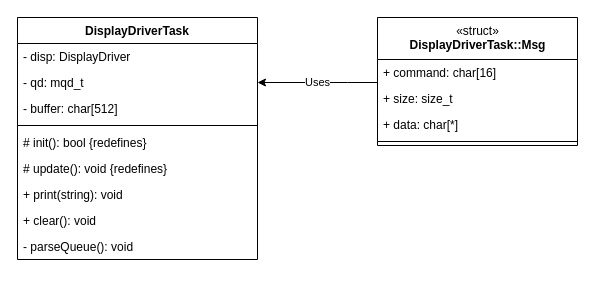
Earlier version of the draw.io diagram diagrams/display-driver-task.drawio (LasseGoransson/ESD-E2020). Source tidied: cells renumbered, new cells numbered last; positions are measured from the earlier drawing's top-left corner, leaving out a move shared by most shapes. Both pictures are drawn from the tidied source at 100%, with x=0, y=0 at pixel (17, 17).
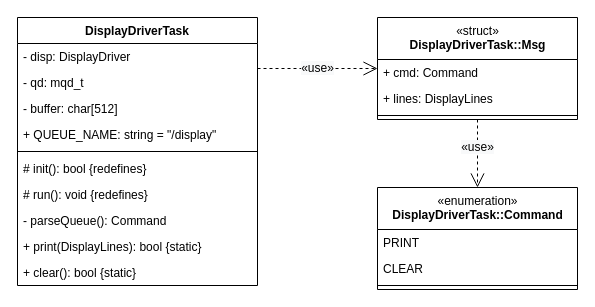
Above is the later version.

The change refers to these unchanged cells:
```xml
<mxCell id="4" value="- qd: mqd_t" style="text;strokeColor=none;fillColor=none;align=left;verticalAlign=top;spacingLeft=4;spacingRight=4;overflow=hidden;points=[[0,0.5],[1,0.5]];portConstraint=eastwest;" parent="2" vertex="1">
  <mxGeometry y="52" width="240" height="26" as="geometry" />
</mxCell>
```

Diff of the diagram source:
```diff
@@
     <mxCell id="2" value="DisplayDriverTask" style="swimlane;fontStyle=1;align=center;verticalAlign=top;horizontal=1;startSize=26;" parent="1" vertex="1">
-      <mxGeometry width="240" height="242" as="geometry" />
+      <mxGeometry width="240" height="268" as="geometry" />
     </mxCell>
@@
+    <mxCell id="18" value="+ QUEUE_NAME: string = &quot;/display&quot;" style="text;strokeColor=none;fillColor=none;align=left;verticalAlign=top;spacingLeft=4;spacingRight=4;overflow=hidden;" parent="2" vertex="1">
+      <mxGeometry y="104" width="240" height="26" as="geometry" />
+    </mxCell>
     <mxCell id="6" style="line;strokeWidth=1;fillColor=none;align=left;verticalAlign=middle;spacingTop=-1;spacingLeft=3;spacingRight=3;labelPosition=right;" parent="2" vertex="1">
-      <mxGeometry y="104" width="240" height="8" as="geometry" />
+      <mxGeometry y="130" width="240" height="8" as="geometry" />
     </mxCell>
     <mxCell id="7" value="# init(): bool {redefines}" style="text;strokeColor=none;fillColor=none;align=left;verticalAlign=top;spacingLeft=4;spacingRight=4;overflow=hidden;" parent="2" vertex="1">
-      <mxGeometry y="112" width="240" height="26" as="geometry" />
+      <mxGeometry y="138" width="240" height="26" as="geometry" />
     </mxCell>
-    <mxCell id="8" value="# update(): void {redefines}" style="text;strokeColor=none;fillColor=none;align=left;verticalAlign=top;spacingLeft=4;spacingRight=4;overflow=hidden;" parent="2" vertex="1">
-      <mxGeometry y="138" width="240" height="26" as="geometry" />
+    <mxCell id="8" value="# run(): void {redefines}" style="text;strokeColor=none;fillColor=none;align=left;verticalAlign=top;spacingLeft=4;spacingRight=4;overflow=hidden;" parent="2" vertex="1">
+      <mxGeometry y="164" width="240" height="26" as="geometry" />
     </mxCell>
+    <mxCell id="11" value="- parseQueue(): Command" style="text;strokeColor=none;fillColor=none;align=left;verticalAlign=top;spacingLeft=4;spacingRight=4;overflow=hidden;" parent="2" vertex="1">
+      <mxGeometry y="190" width="240" height="26" as="geometry" />
+    </mxCell>
-    <mxCell id="9" value="+ print(string): void" style="text;strokeColor=none;fillColor=none;align=left;verticalAlign=top;spacingLeft=4;spacingRight=4;overflow=hidden;" parent="2" vertex="1">
-      <mxGeometry y="164" width="240" height="26" as="geometry" />
+    <mxCell id="9" value="+ print(DisplayLines): bool {static}" style="text;strokeColor=none;fillColor=none;align=left;verticalAlign=top;spacingLeft=4;spacingRight=4;overflow=hidden;" parent="2" vertex="1">
+      <mxGeometry y="216" width="240" height="26" as="geometry" />
     </mxCell>
-    <mxCell id="10" value="+ clear(): void" style="text;strokeColor=none;fillColor=none;align=left;verticalAlign=top;spacingLeft=4;spacingRight=4;overflow=hidden;" parent="2" vertex="1">
-      <mxGeometry y="190" width="240" height="26" as="geometry" />
+    <mxCell id="10" value="+ clear(): bool {static}" style="text;strokeColor=none;fillColor=none;align=left;verticalAlign=top;spacingLeft=4;spacingRight=4;overflow=hidden;" parent="2" vertex="1">
+      <mxGeometry y="242" width="240" height="26" as="geometry" />
     </mxCell>
-    <mxCell id="11" value="- parseQueue(): void" style="text;strokeColor=none;fillColor=none;align=left;verticalAlign=top;spacingLeft=4;spacingRight=4;overflow=hidden;" parent="2" vertex="1">
-      <mxGeometry y="216" width="240" height="26" as="geometry" />
-    </mxCell>
-    <mxCell id="12" value="Uses" style="edgeStyle=orthogonalEdgeStyle;rounded=0;jettySize=auto;html=1;" parent="1" edge="1" source="13" target="4">
-      <mxGeometry relative="1" as="geometry">
-        <Array as="points">
-          <mxPoint x="330" y="65" />
-          <mxPoint x="330" y="65" />
-        </Array>
-      </mxGeometry>
-    </mxCell>
     <mxCell id="13" value="&lt;span style=&quot;font-weight: normal&quot;&gt;«struct»&lt;br&gt;&lt;/span&gt;DisplayDriverTask::Msg" style="swimlane;fontStyle=1;align=center;verticalAlign=top;horizontal=1;startSize=42;html=1;" parent="1" vertex="1">
-      <mxGeometry x="360" width="200" height="128" as="geometry" />
+      <mxGeometry x="360" width="200" height="102" as="geometry" />
     </mxCell>
-    <mxCell id="14" value="+ command: char[16]" style="text;strokeColor=none;fillColor=none;align=left;verticalAlign=top;spacingLeft=4;spacingRight=4;overflow=hidden;" parent="13" vertex="1">
+    <mxCell id="14" value="+ cmd: Command" style="text;strokeColor=none;fillColor=none;align=left;verticalAlign=top;spacingLeft=4;spacingRight=4;overflow=hidden;" parent="13" vertex="1">
       <mxGeometry y="42" width="200" height="26" as="geometry" />
     </mxCell>
-    <mxCell id="15" value="+ size: size_t" style="text;strokeColor=none;fillColor=none;align=left;verticalAlign=top;spacingLeft=4;spacingRight=4;overflow=hidden;" parent="13" vertex="1">
+    <mxCell id="15" value="+ lines: DisplayLines" style="text;strokeColor=none;fillColor=none;align=left;verticalAlign=top;spacingLeft=4;spacingRight=4;overflow=hidden;" parent="13" vertex="1">
       <mxGeometry y="68" width="200" height="26" as="geometry" />
     </mxCell>
-    <mxCell id="16" value="+ data: char[*]" style="text;strokeColor=none;fillColor=none;align=left;verticalAlign=top;spacingLeft=4;spacingRight=4;overflow=hidden;" parent="13" vertex="1">
-      <mxGeometry y="94" width="200" height="26" as="geometry" />
-    </mxCell>
     <mxCell id="17" style="line;strokeWidth=1;fillColor=none;align=left;verticalAlign=middle;spacingTop=-1;spacingLeft=3;spacingRight=3;labelPosition=right;" parent="13" vertex="1">
-      <mxGeometry y="120" width="200" height="8" as="geometry" />
+      <mxGeometry y="94" width="200" height="8" as="geometry" />
     </mxCell>
+    <mxCell id="19" value="&lt;span style=&quot;font-size: 12px ; background-color: rgb(248 , 249 , 250)&quot;&gt;«use»&lt;/span&gt;" style="endArrow=open;endSize=12;dashed=1;html=1;" parent="1" edge="1" source="13" target="21">
+      <mxGeometry x="-0.18" relative="1" as="geometry" />
+    </mxCell>
+    <mxCell id="20" value="&lt;span style=&quot;font-size: 12px ; background-color: rgb(248 , 249 , 250)&quot;&gt;«use»&lt;/span&gt;" style="endArrow=open;endSize=12;dashed=1;html=1;" parent="1" edge="1" source="2" target="13">
+      <mxGeometry relative="1" as="geometry">
+        <Array as="points">
+          <mxPoint x="240" y="51" />
+        </Array>
+      </mxGeometry>
+    </mxCell>
+    <mxCell id="21" value="&lt;span style=&quot;font-weight: normal&quot;&gt;«enumeration»&lt;br&gt;&lt;/span&gt;DisplayDriverTask::Command" style="swimlane;fontStyle=1;align=center;verticalAlign=top;horizontal=1;startSize=42;html=1;" parent="1" vertex="1">
+      <mxGeometry x="360" y="170" width="200" height="102" as="geometry" />
+    </mxCell>
+    <mxCell id="22" value="PRINT" style="text;strokeColor=none;fillColor=none;align=left;verticalAlign=top;spacingLeft=4;spacingRight=4;overflow=hidden;" parent="21" vertex="1">
+      <mxGeometry y="42" width="200" height="26" as="geometry" />
+    </mxCell>
+    <mxCell id="23" value="CLEAR" style="text;strokeColor=none;fillColor=none;align=left;verticalAlign=top;spacingLeft=4;spacingRight=4;overflow=hidden;" parent="21" vertex="1">
+      <mxGeometry y="68" width="200" height="26" as="geometry" />
+    </mxCell>
+    <mxCell id="24" style="line;strokeWidth=1;fillColor=none;align=left;verticalAlign=middle;spacingTop=-1;spacingLeft=3;spacingRight=3;labelPosition=right;" parent="21" vertex="1">
+      <mxGeometry y="94" width="200" height="8" as="geometry" />
+    </mxCell>
```
